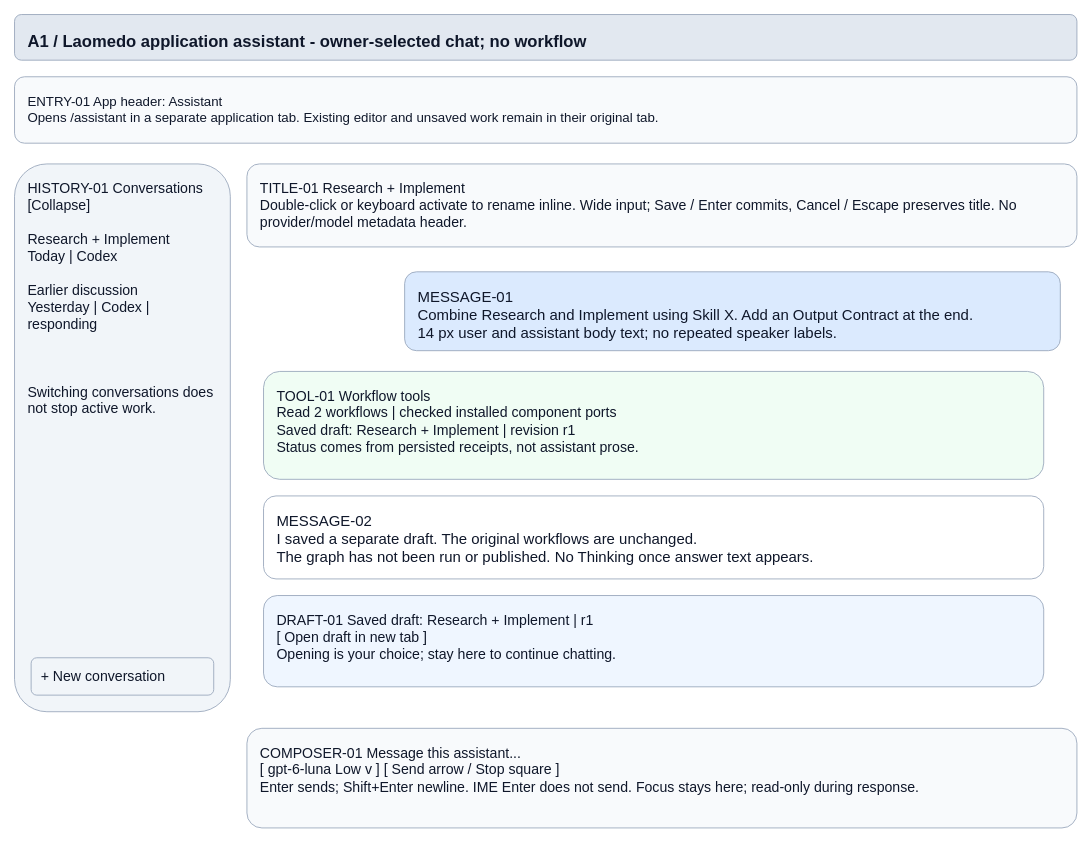
The draw.io diagram page "A1 - Owner-selected persistent chat" (1 of 8) of projects/laomedo/subsystems/agent-execution/design/application-assistant.drawio in amadou-6e/specs, before the edit. Source tidied: cells renumbered, new cells numbered last; positions are measured from the earlier drawing's top-left corner, leaving out a move shared by most shapes. Both pictures are drawn from the tidied source at 83%, with x=0, y=0 at pixel (14, 14).
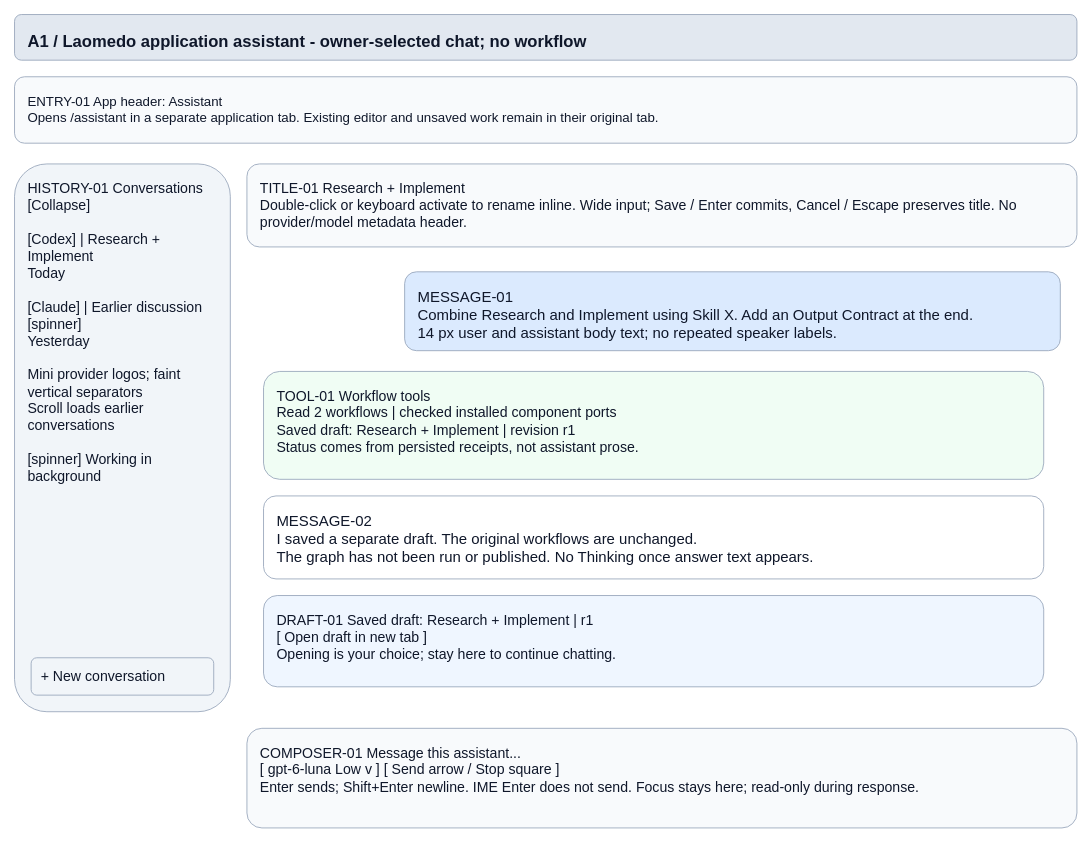
The same page after the edit.

Commit message (it also covers changes not shown here):
docs: align history and shared resize rail diagram

Change to the diagram source:
```diff
@@
 <mxGraphModel>
   <root>
     <mxCell id="0" />
     <mxCell id="1" parent="0" />
     <mxCell id="2" value="A1 / Laomedo application assistant - owner-selected chat; no workflow" style="rounded=1;whiteSpace=wrap;html=0;fillColor=#e2e8f0;strokeColor=#94a3b8;fontColor=#0f172a;fontFamily=Arial;fontSize=20;align=left;verticalAlign=top;spacing=16;fontStyle=1;" parent="1" vertex="1">
       <mxGeometry width="1280" height="55" as="geometry" />
     </mxCell>
     <mxCell id="3" value="ENTRY-01  App header: Assistant&#10;Opens /assistant in a separate application tab. Existing editor and unsaved work remain in their original tab." style="rounded=1;whiteSpace=wrap;html=0;fillColor=#f8fafc;strokeColor=#94a3b8;fontColor=#0f172a;fontFamily=Arial;fontSize=16;align=left;verticalAlign=top;spacing=16;" parent="1" vertex="1">
       <mxGeometry y="75" width="1280" height="80" as="geometry" />
     </mxCell>
-    <mxCell id="4" value="HISTORY-01   Conversations   [Collapse]&#10;&#10;Research + Implement&#10;Today | Codex&#10;&#10;Earlier discussion&#10;Yesterday | Codex | responding&#10;&#10;&#10;&#10;Switching conversations does not stop active work." style="rounded=1;whiteSpace=wrap;html=0;fillColor=#f1f5f9;strokeColor=#94a3b8;fontColor=#0f172a;fontFamily=Arial;fontSize=17;align=left;verticalAlign=top;spacing=16;" parent="1" vertex="1">
+    <mxCell id="4" value="HISTORY-01   Conversations   [Collapse]&#10;&#10;[Codex] | Research + Implement&#10;Today&#10;&#10;[Claude] | Earlier discussion [spinner]&#10;Yesterday&#10;&#10;Mini provider logos; faint vertical separators&#10;Scroll loads earlier conversations&#10;&#10;[spinner] Working in background" style="rounded=1;whiteSpace=wrap;html=0;fillColor=#f1f5f9;strokeColor=#94a3b8;fontColor=#0f172a;fontFamily=Arial;fontSize=17;align=left;verticalAlign=top;spacing=16;" parent="1" vertex="1">
       <mxGeometry y="180" width="260" height="660" as="geometry" />
     </mxCell>
     <mxCell id="5" value="TITLE-01  Research + Implement&#10;Double-click or keyboard activate to rename inline. Wide input; Save / Enter commits, Cancel / Escape preserves title. No provider/model metadata header." style="rounded=1;whiteSpace=wrap;html=0;fillColor=#f8fafc;strokeColor=#94a3b8;fontColor=#0f172a;fontFamily=Arial;fontSize=17;align=left;verticalAlign=top;spacing=16;" parent="1" vertex="1">
       <mxGeometry x="280" y="180" width="1000" height="100" as="geometry" />
     </mxCell>
     <mxCell id="6" value="MESSAGE-01&#10;Combine Research and Implement using Skill X. Add an Output Contract at the end.&#10;14 px user and assistant body text; no repeated speaker labels." style="rounded=1;whiteSpace=wrap;html=0;fillColor=#dbeafe;strokeColor=#94a3b8;fontColor=#0f172a;fontFamily=Arial;fontSize=18;align=left;verticalAlign=top;spacing=16;" parent="1" vertex="1">
       <mxGeometry x="470" y="310" width="790" height="95" as="geometry" />
     </mxCell>
     <mxCell id="7" value="TOOL-01  Workflow tools&#10;Read 2 workflows | checked installed component ports&#10;Saved draft: Research + Implement | revision r1&#10;Status comes from persisted receipts, not assistant prose." style="rounded=1;whiteSpace=wrap;html=0;fillColor=#f0fdf4;strokeColor=#94a3b8;fontColor=#0f172a;fontFamily=Arial;fontSize=17;align=left;verticalAlign=top;spacing=16;" parent="1" vertex="1">
       <mxGeometry x="300" y="430" width="940" height="130" as="geometry" />
     </mxCell>
     <mxCell id="8" value="MESSAGE-02&#10;I saved a separate draft. The original workflows are unchanged.&#10;The graph has not been run or published. No Thinking once answer text appears." style="rounded=1;whiteSpace=wrap;html=0;fillColor=#ffffff;strokeColor=#94a3b8;fontColor=#0f172a;fontFamily=Arial;fontSize=18;align=left;verticalAlign=top;spacing=16;" parent="1" vertex="1">
       <mxGeometry x="300" y="580" width="940" height="100" as="geometry" />
     </mxCell>
     <mxCell id="9" value="DRAFT-01  Saved draft: Research + Implement | r1&#10;[ Open draft in new tab ]&#10;Opening is your choice; stay here to continue chatting." style="rounded=1;whiteSpace=wrap;html=0;fillColor=#eff6ff;strokeColor=#94a3b8;fontColor=#0f172a;fontFamily=Arial;fontSize=17;align=left;verticalAlign=top;spacing=16;" parent="1" vertex="1">
       <mxGeometry x="300" y="700" width="940" height="110" as="geometry" />
     </mxCell>
     <mxCell id="10" value="COMPOSER-01  Message this assistant...&#10;[ gpt-6-luna  Low v ]                                      [ Send arrow / Stop square ]&#10;Enter sends; Shift+Enter newline. IME Enter does not send. Focus stays here; read-only during response." style="rounded=1;whiteSpace=wrap;html=0;fillColor=#f8fafc;strokeColor=#94a3b8;fontColor=#0f172a;fontFamily=Arial;fontSize=17;align=left;verticalAlign=top;spacing=16;" parent="1" vertex="1">
       <mxGeometry x="280" y="860" width="1000" height="120" as="geometry" />
     </mxCell>
     <mxCell id="11" value="+ New conversation" style="rounded=1;whiteSpace=wrap;html=0;fillColor=#f1f5f9;strokeColor=#94a3b8;fontColor=#0f172a;fontFamily=Arial;fontSize=17;align=left;verticalAlign=middle;spacing=12;" parent="1" vertex="1">
       <mxGeometry x="20" y="775" width="220" height="45" as="geometry" />
     </mxCell>
   </root>
 </mxGraphModel>
```
